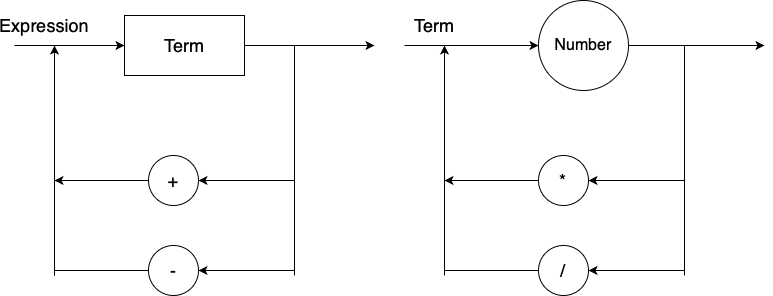
Above: SintxDiagram.png in LucasVaz97/Compiler (draw.io), before the change. Source tidied: cells renumbered, new cells last; positions are measured from the earlier drawing's top-left corner, leaving out a move shared by most shapes.
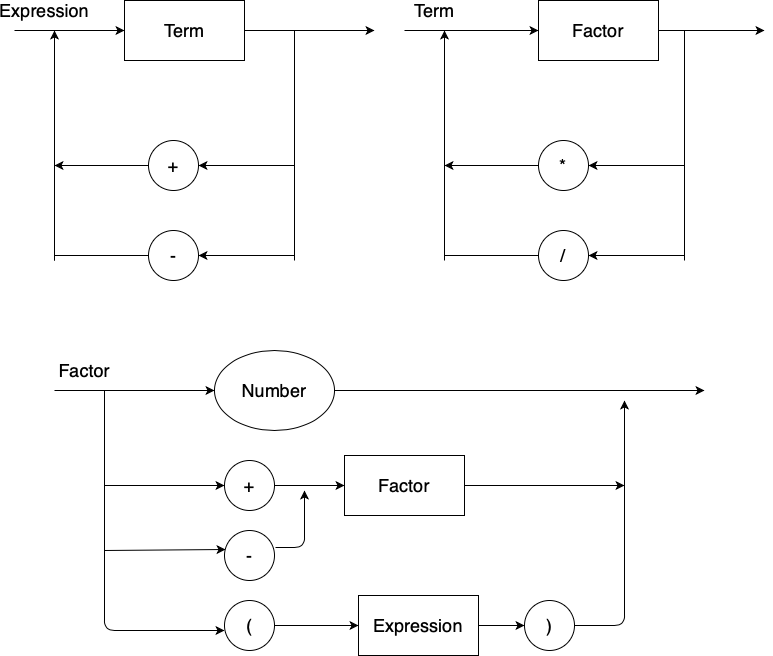
The same diagram one commit later.

Change to the diagram source:
```diff
@@ -58,13 +58,15 @@
     <mxCell id="13" value="&lt;font style=&quot;font-size: 18px&quot;&gt;Term&lt;/font&gt;" style="rounded=0;whiteSpace=wrap;html=1;fontSize=20;" parent="1" vertex="1">
       <mxGeometry x="110" y="15" width="120" height="60" as="geometry" />
     </mxCell>
-    <mxCell id="14" style="endArrow=classic;html=1;fontSize=18;entryX=0;entryY=0.5;entryDx=0;entryDy=0;" parent="1" edge="1" target="25">
+    <mxCell id="14" style="endArrow=classic;html=1;fontSize=18;entryX=0;entryY=0.5;entryDx=0;entryDy=0;" parent="1" edge="1">
       <mxGeometry relative="1" as="geometry">
         <mxPoint x="390" y="45" as="sourcePoint" />
+        <mxPoint x="524" y="45" as="targetPoint" />
       </mxGeometry>
     </mxCell>
-    <mxCell id="15" style="endArrow=classic;html=1;fontSize=18;exitX=1;exitY=0.5;exitDx=0;exitDy=0;" parent="1" edge="1" source="25">
+    <mxCell id="15" style="endArrow=classic;html=1;fontSize=18;exitX=1;exitY=0.5;exitDx=0;exitDy=0;" parent="1" edge="1">
       <mxGeometry relative="1" as="geometry">
+        <mxPoint x="614" y="45" as="sourcePoint" />
         <mxPoint x="750" y="45" as="targetPoint" />
       </mxGeometry>
     </mxCell>
@@ -109,8 +111,94 @@
     <mxCell id="24" value="Term" style="text;html=1;strokeColor=none;fillColor=none;align=center;verticalAlign=middle;whiteSpace=wrap;rounded=0;fontSize=18;" parent="1" vertex="1">
       <mxGeometry x="400" y="15" width="40" height="20" as="geometry" />
     </mxCell>
+    <mxCell id="26" value="&lt;font size=&quot;4&quot;&gt;Factor&lt;/font&gt;" style="rounded=0;whiteSpace=wrap;html=1;fontSize=20;" parent="1" vertex="1">
+      <mxGeometry x="524" y="15" width="120" height="60" as="geometry" />
+    </mxCell>
+    <mxCell id="27" style="endArrow=classic;html=1;" parent="1" edge="1">
+      <mxGeometry relative="1" as="geometry">
+        <mxPoint x="40" y="405" as="sourcePoint" />
+        <mxPoint x="200" y="405" as="targetPoint" />
+      </mxGeometry>
+    </mxCell>
+    <mxCell id="28" value="Factor" style="text;html=1;strokeColor=none;fillColor=none;align=center;verticalAlign=middle;whiteSpace=wrap;rounded=0;fontSize=18;" parent="1" vertex="1">
+      <mxGeometry x="50" y="375" width="40" height="20" as="geometry" />
+    </mxCell>
-    <mxCell id="25" value="&lt;font size=&quot;3&quot;&gt;Number&lt;/font&gt;" style="ellipse;whiteSpace=wrap;html=1;" parent="1" vertex="1">
-      <mxGeometry x="524" width="90" height="90" as="geometry" />
+    <mxCell id="25" value="&lt;font style=&quot;font-size: 18px&quot;&gt;Number&lt;/font&gt;" style="ellipse;whiteSpace=wrap;html=1;" parent="1" vertex="1">
+      <mxGeometry x="200" y="365" width="120" height="80" as="geometry" />
     </mxCell>
+    <mxCell id="29" style="endArrow=classic;html=1;exitX=1;exitY=0.5;exitDx=0;exitDy=0;" parent="1" edge="1" source="25">
+      <mxGeometry relative="1" as="geometry">
+        <mxPoint x="690" y="405" as="targetPoint" />
+      </mxGeometry>
+    </mxCell>
+    <mxCell id="30" style="endArrow=classic;html=1;" parent="1" edge="1">
+      <mxGeometry relative="1" as="geometry">
+        <mxPoint x="90" y="405" as="sourcePoint" />
+        <mxPoint x="210" y="645" as="targetPoint" />
+        <Array as="points">
+          <mxPoint x="90" y="645" />
+        </Array>
+      </mxGeometry>
+    </mxCell>
+    <mxCell id="31" value="(" style="ellipse;whiteSpace=wrap;html=1;fontSize=18;" parent="1" vertex="1">
+      <mxGeometry x="210" y="615" width="50" height="50" as="geometry" />
+    </mxCell>
+    <mxCell id="32" value="-" style="ellipse;whiteSpace=wrap;html=1;fontSize=18;" parent="1" vertex="1">
+      <mxGeometry x="210" y="545" width="50" height="50" as="geometry" />
+    </mxCell>
+    <mxCell id="33" value="+" style="ellipse;whiteSpace=wrap;html=1;fontSize=18;" parent="1" vertex="1">
+      <mxGeometry x="210" y="475" width="50" height="50" as="geometry" />
+    </mxCell>
+    <mxCell id="34" style="endArrow=classic;html=1;entryX=0.02;entryY=0.38;entryDx=0;entryDy=0;entryPerimeter=0;" parent="1" edge="1" target="32">
+      <mxGeometry relative="1" as="geometry">
+        <mxPoint x="90" y="565" as="sourcePoint" />
+      </mxGeometry>
+    </mxCell>
+    <mxCell id="35" style="endArrow=classic;html=1;entryX=0;entryY=0.5;entryDx=0;entryDy=0;" parent="1" edge="1" target="33">
+      <mxGeometry relative="1" as="geometry">
+        <mxPoint x="90" y="500" as="sourcePoint" />
+      </mxGeometry>
+    </mxCell>
+    <mxCell id="36" value="&lt;font size=&quot;4&quot;&gt;Factor&lt;/font&gt;" style="rounded=0;whiteSpace=wrap;html=1;fontSize=20;" parent="1" vertex="1">
+      <mxGeometry x="330" y="470" width="120" height="60" as="geometry" />
+    </mxCell>
+    <mxCell id="37" style="endArrow=classic;html=1;exitX=1;exitY=0.5;exitDx=0;exitDy=0;entryX=0;entryY=0.5;entryDx=0;entryDy=0;" parent="1" edge="1" source="33" target="36">
+      <mxGeometry relative="1" as="geometry" />
+    </mxCell>
+    <mxCell id="38" style="endArrow=classic;html=1;exitX=1.02;exitY=0.34;exitDx=0;exitDy=0;exitPerimeter=0;" parent="1" edge="1" source="32">
+      <mxGeometry relative="1" as="geometry">
+        <mxPoint x="290" y="505" as="targetPoint" />
+        <Array as="points">
+          <mxPoint x="290" y="562" />
+        </Array>
+      </mxGeometry>
+    </mxCell>
+    <mxCell id="39" value="&lt;font size=&quot;4&quot;&gt;Expression&lt;/font&gt;" style="rounded=0;whiteSpace=wrap;html=1;fontSize=20;" parent="1" vertex="1">
+      <mxGeometry x="344" y="610" width="120" height="60" as="geometry" />
+    </mxCell>
+    <mxCell id="40" style="endArrow=classic;html=1;entryX=0;entryY=0.5;entryDx=0;entryDy=0;" parent="1" edge="1" target="39">
+      <mxGeometry relative="1" as="geometry">
+        <mxPoint x="260" y="640" as="sourcePoint" />
+      </mxGeometry>
+    </mxCell>
+    <mxCell id="41" value=")" style="ellipse;whiteSpace=wrap;html=1;fontSize=18;" parent="1" vertex="1">
+      <mxGeometry x="510" y="615" width="50" height="50" as="geometry" />
+    </mxCell>
+    <mxCell id="42" style="endArrow=classic;html=1;exitX=1;exitY=0.5;exitDx=0;exitDy=0;entryX=0;entryY=0.5;entryDx=0;entryDy=0;" parent="1" edge="1" source="39" target="41">
+      <mxGeometry relative="1" as="geometry" />
+    </mxCell>
+    <mxCell id="43" style="endArrow=classic;html=1;exitX=1;exitY=0.5;exitDx=0;exitDy=0;" parent="1" edge="1" source="41">
+      <mxGeometry relative="1" as="geometry">
+        <mxPoint x="610" y="415" as="targetPoint" />
+        <Array as="points">
+          <mxPoint x="610" y="640" />
+        </Array>
+      </mxGeometry>
+    </mxCell>
+    <mxCell id="44" style="endArrow=classic;html=1;exitX=1;exitY=0.5;exitDx=0;exitDy=0;" parent="1" edge="1" source="36">
+      <mxGeometry relative="1" as="geometry">
+        <mxPoint x="610" y="500" as="targetPoint" />
+      </mxGeometry>
+    </mxCell>
   </root>
 </mxGraphModel>
```
